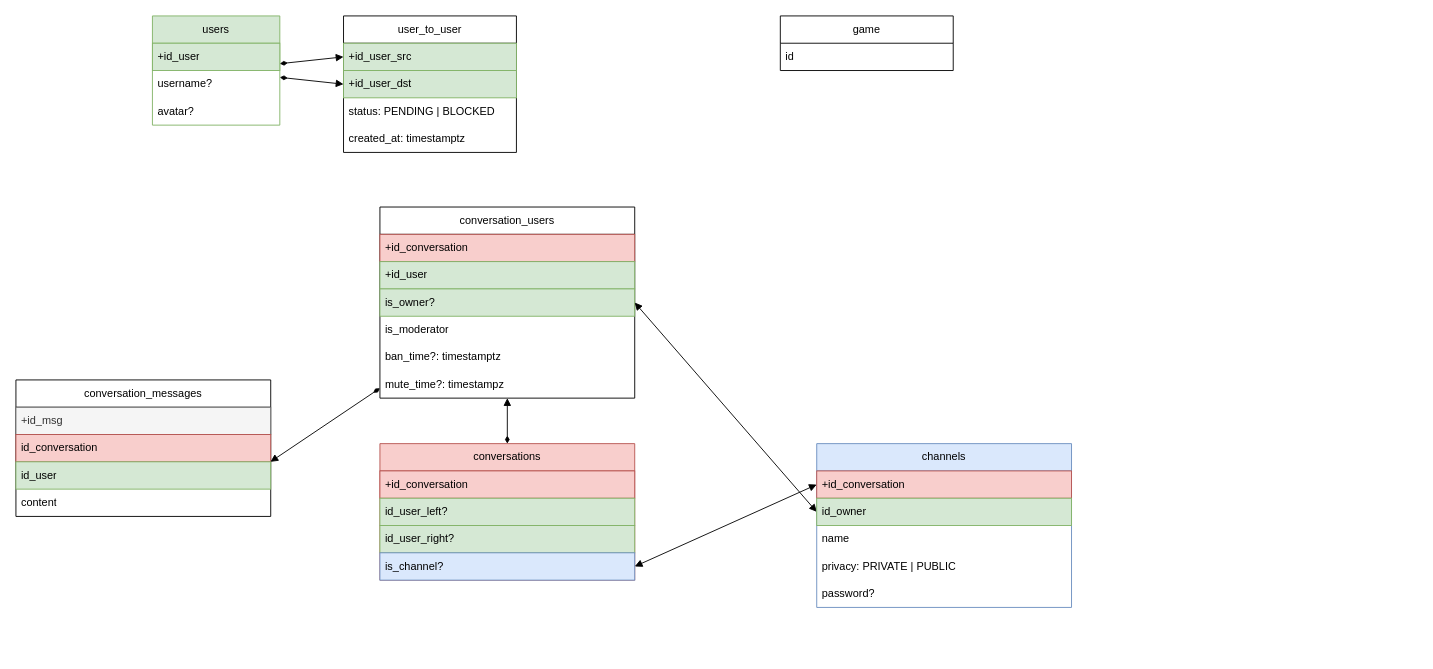
papawou/42_transcendance keeps this draw.io diagram as bin/sql_diagrams/sql.drawio. Above is the earlier version. Source tidied: cells renumbered, new cells numbered last; positions are measured from the earlier drawing's top-left corner, leaving out a move shared by most shapes. Both pictures are drawn from the tidied source at 91%, with x=0, y=0 at pixel (15, 15).
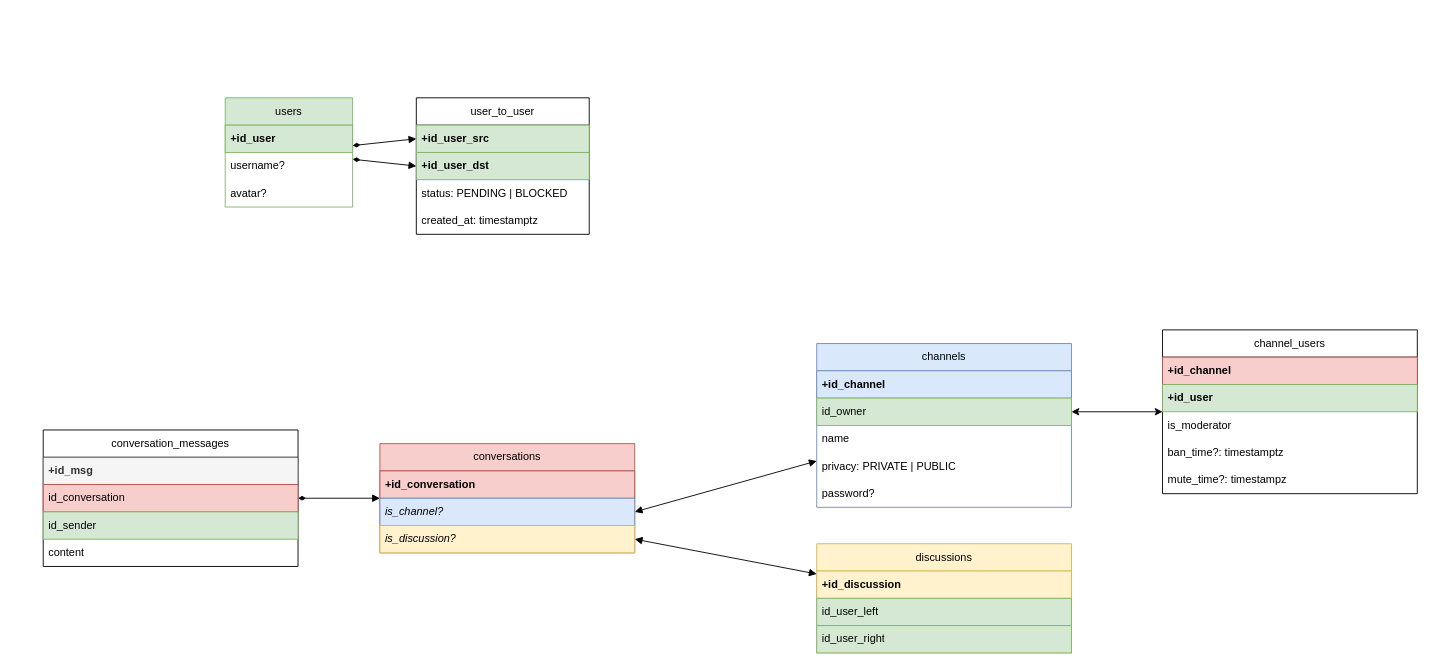
After the change.

The change refers to these unchanged cells:
```xml
<mxCell id="28" value="id_conversation" style="text;align=left;verticalAlign=middle;spacingLeft=4;spacingRight=4;overflow=hidden;points=[[0,0.5],[1,0.5]];portConstraint=eastwest;whiteSpace=wrap;html=1;fillColor=#f8cecc;strokeColor=#b85450;" parent="26" vertex="1">
  <mxGeometry y="60" width="280" height="30" as="geometry" />
</mxCell>
<mxCell id="33" value="id_owner" style="text;strokeColor=#82b366;fillColor=#d5e8d4;align=left;verticalAlign=middle;spacingLeft=4;spacingRight=4;overflow=hidden;points=[[0,0.5],[1,0.5]];portConstraint=eastwest;whiteSpace=wrap;html=1;" parent="31" vertex="1">
  <mxGeometry y="60" width="280" height="30" as="geometry" />
</mxCell>
```

What changed in the source:
```diff
@@
     <mxCell id="2" value="users" style="swimlane;fontStyle=0;horizontal=1;startSize=30;whiteSpace=wrap;html=1;fillColor=#d5e8d4;strokeColor=#82b366;" parent="1" vertex="1">
-      <mxGeometry x="150" width="140" height="120" as="geometry" />
+      <mxGeometry x="230" y="90" width="140" height="120" as="geometry" />
     </mxCell>
-    <mxCell id="3" value="+id_user" style="text;strokeColor=#82b366;fillColor=#d5e8d4;align=left;verticalAlign=middle;spacingLeft=4;spacingRight=4;overflow=hidden;whiteSpace=wrap;html=1;" parent="2" vertex="1">
+    <mxCell id="3" value="+id_user" style="text;strokeColor=#82b366;fillColor=#d5e8d4;align=left;verticalAlign=middle;spacingLeft=4;spacingRight=4;overflow=hidden;whiteSpace=wrap;html=1;fontStyle=1;" parent="2" vertex="1">
       <mxGeometry y="30" width="140" height="30" as="geometry" />
     </mxCell>
@@
     <mxCell id="6" value="user_to_user" style="swimlane;fontStyle=0;horizontal=1;startSize=30;whiteSpace=wrap;html=1;" parent="1" vertex="1">
-      <mxGeometry x="360" width="190" height="150" as="geometry" />
+      <mxGeometry x="440" y="90" width="190" height="150" as="geometry" />
     </mxCell>
-    <mxCell id="7" value="+id_user_src" style="text;strokeColor=#82b366;fillColor=#d5e8d4;align=left;verticalAlign=middle;spacingLeft=4;spacingRight=4;overflow=hidden;points=[[0,0.5],[1,0.5]];portConstraint=eastwest;whiteSpace=wrap;html=1;" parent="6" vertex="1">
+    <mxCell id="7" value="+id_user_src" style="text;strokeColor=#82b366;fillColor=#d5e8d4;align=left;verticalAlign=middle;spacingLeft=4;spacingRight=4;overflow=hidden;points=[[0,0.5],[1,0.5]];portConstraint=eastwest;whiteSpace=wrap;html=1;fontStyle=1;" parent="6" vertex="1">
       <mxGeometry y="30" width="190" height="30" as="geometry" />
     </mxCell>
-    <mxCell id="8" value="+id_user_dst" style="text;strokeColor=#82b366;fillColor=#d5e8d4;align=left;verticalAlign=middle;spacingLeft=4;spacingRight=4;overflow=hidden;points=[[0,0.5],[1,0.5]];portConstraint=eastwest;whiteSpace=wrap;html=1;" parent="6" vertex="1">
+    <mxCell id="8" value="+id_user_dst" style="text;strokeColor=#82b366;fillColor=#d5e8d4;align=left;verticalAlign=middle;spacingLeft=4;spacingRight=4;overflow=hidden;points=[[0,0.5],[1,0.5]];portConstraint=eastwest;whiteSpace=wrap;html=1;fontStyle=1;" parent="6" vertex="1">
       <mxGeometry y="60" width="190" height="30" as="geometry" />
     </mxCell>
@@
     <mxCell id="13" value="conversations" style="swimlane;fontStyle=0;horizontal=1;startSize=30;whiteSpace=wrap;html=1;fillColor=#f8cecc;strokeColor=#b85450;" parent="1" vertex="1">
-      <mxGeometry x="400" y="470" width="280" height="150" as="geometry" />
+      <mxGeometry x="400" y="470" width="280" height="120" as="geometry" />
     </mxCell>
-    <mxCell id="14" value="+id_conversation" style="text;strokeColor=#b85450;fillColor=#f8cecc;align=left;verticalAlign=middle;spacingLeft=4;spacingRight=4;overflow=hidden;whiteSpace=wrap;html=1;" parent="13" vertex="1">
+    <mxCell id="14" value="+id_conversation" style="text;strokeColor=#b85450;fillColor=#f8cecc;align=left;verticalAlign=middle;spacingLeft=4;spacingRight=4;overflow=hidden;whiteSpace=wrap;html=1;fontStyle=1;" parent="13" vertex="1">
       <mxGeometry y="30" width="280" height="30" as="geometry" />
     </mxCell>
-    <mxCell id="15" value="id_user_left?" style="text;strokeColor=#82b366;fillColor=#d5e8d4;align=left;verticalAlign=middle;spacingLeft=4;spacingRight=4;overflow=hidden;whiteSpace=wrap;html=1;" parent="13" vertex="1">
-      <mxGeometry y="60" width="280" height="30" as="geometry" />
-    </mxCell>
-    <mxCell id="16" value="id_user_right?" style="text;strokeColor=#82b366;fillColor=#d5e8d4;align=left;verticalAlign=middle;spacingLeft=4;spacingRight=4;overflow=hidden;whiteSpace=wrap;html=1;" parent="13" vertex="1">
-      <mxGeometry y="90" width="280" height="30" as="geometry" />
-    </mxCell>
-    <mxCell id="17" value="is_channel?" style="text;align=left;verticalAlign=middle;spacingLeft=4;spacingRight=4;overflow=hidden;points=[[0,0.5],[1,0.5]];portConstraint=eastwest;whiteSpace=wrap;html=1;fillColor=#dae8fc;strokeColor=#6c8ebf;" parent="13" vertex="1">
-      <mxGeometry y="120" width="280" height="30" as="geometry" />
+    <mxCell id="17" value="is_channel?" style="text;align=left;verticalAlign=middle;spacingLeft=4;spacingRight=4;overflow=hidden;points=[[0,0.5],[1,0.5]];portConstraint=eastwest;whiteSpace=wrap;html=1;fillColor=#dae8fc;strokeColor=#6c8ebf;fontStyle=2;" parent="13" vertex="1">
+      <mxGeometry y="60" width="280" height="30" as="geometry" />
     </mxCell>
+    <mxCell id="42" value="is_discussion?" style="text;align=left;verticalAlign=middle;spacingLeft=4;spacingRight=4;overflow=hidden;points=[[0,0.5],[1,0.5]];portConstraint=eastwest;whiteSpace=wrap;html=1;fillColor=#fff2cc;strokeColor=#d6b656;fontStyle=2;" parent="13" vertex="1">
+      <mxGeometry y="90" width="280" height="30" as="geometry" />
+    </mxCell>
-    <mxCell id="18" value="conversation_users" style="swimlane;fontStyle=0;horizontal=1;startSize=30;whiteSpace=wrap;html=1;gradientColor=none;gradientDirection=radial;swimlaneFillColor=none;" parent="1" vertex="1">
-      <mxGeometry x="400" y="210" width="280" height="210" as="geometry" />
+    <mxCell id="18" value="&lt;div&gt;channel_users&lt;/div&gt;" style="swimlane;fontStyle=0;horizontal=1;startSize=30;whiteSpace=wrap;html=1;gradientColor=none;gradientDirection=radial;swimlaneFillColor=none;" parent="1" vertex="1">
+      <mxGeometry x="1260" y="345" width="280" height="180" as="geometry" />
     </mxCell>
-    <mxCell id="19" value="+id_conversation" style="text;strokeColor=#b85450;fillColor=#f8cecc;align=left;verticalAlign=middle;spacingLeft=4;spacingRight=4;overflow=hidden;whiteSpace=wrap;html=1;" parent="18" vertex="1">
+    <mxCell id="19" value="+id_channel" style="text;strokeColor=#b85450;fillColor=#f8cecc;align=left;verticalAlign=middle;spacingLeft=4;spacingRight=4;overflow=hidden;whiteSpace=wrap;html=1;fontStyle=1;" parent="18" vertex="1">
       <mxGeometry y="30" width="280" height="30" as="geometry" />
     </mxCell>
-    <mxCell id="20" value="+id_user" style="text;strokeColor=#82b366;fillColor=#d5e8d4;align=left;verticalAlign=middle;spacingLeft=4;spacingRight=4;overflow=hidden;whiteSpace=wrap;html=1;" parent="18" vertex="1">
+    <mxCell id="20" value="+id_user" style="text;strokeColor=#82b366;fillColor=#d5e8d4;align=left;verticalAlign=middle;spacingLeft=4;spacingRight=4;overflow=hidden;whiteSpace=wrap;html=1;fontStyle=1;" parent="18" vertex="1">
       <mxGeometry y="60" width="280" height="30" as="geometry" />
     </mxCell>
-    <mxCell id="21" value="is_owner?" style="text;align=left;verticalAlign=middle;spacingLeft=4;spacingRight=4;overflow=hidden;points=[[0,0.5],[1,0.5]];portConstraint=eastwest;whiteSpace=wrap;html=1;fillColor=#d5e8d4;strokeColor=#82b366;" parent="18" vertex="1">
-      <mxGeometry y="90" width="280" height="30" as="geometry" />
-    </mxCell>
     <mxCell id="22" value="is_moderator" style="text;align=left;verticalAlign=middle;spacingLeft=4;spacingRight=4;overflow=hidden;whiteSpace=wrap;html=1;" parent="18" vertex="1">
-      <mxGeometry y="120" width="280" height="30" as="geometry" />
+      <mxGeometry y="90" width="280" height="30" as="geometry" />
     </mxCell>
     <mxCell id="23" value="ban_time?: timestamptz" style="text;strokeColor=none;fillColor=none;align=left;verticalAlign=middle;spacingLeft=4;spacingRight=4;overflow=hidden;whiteSpace=wrap;html=1;" parent="18" vertex="1">
-      <mxGeometry y="150" width="280" height="30" as="geometry" />
+      <mxGeometry y="120" width="280" height="30" as="geometry" />
     </mxCell>
     <mxCell id="24" value="mute_time?: timestampz" style="text;strokeColor=none;fillColor=none;align=left;verticalAlign=middle;spacingLeft=4;spacingRight=4;overflow=hidden;whiteSpace=wrap;html=1;" parent="18" vertex="1">
-      <mxGeometry y="180" width="280" height="30" as="geometry" />
+      <mxGeometry y="150" width="280" height="30" as="geometry" />
     </mxCell>
-    <mxCell id="25" style="endArrow=block;html=1;rounded=0;endFill=1;startArrow=block;startFill=1;entryX=1;entryY=0.5;entryDx=0;entryDy=0;exitX=0;exitY=0.5;exitDx=0;exitDy=0;" parent="1" edge="1" source="33" target="21">
-      <mxGeometry relative="1" as="geometry" />
-    </mxCell>
     <mxCell id="26" value="conversation_messages" style="swimlane;fontStyle=0;horizontal=1;startSize=30;whiteSpace=wrap;html=1;" parent="1" vertex="1">
-      <mxGeometry y="400" width="280" height="150" as="geometry" />
+      <mxGeometry x="30" y="455" width="280" height="150" as="geometry" />
     </mxCell>
-    <mxCell id="27" value="+id_msg" style="text;align=left;verticalAlign=middle;spacingLeft=4;spacingRight=4;overflow=hidden;whiteSpace=wrap;html=1;fillColor=#f5f5f5;fontColor=#333333;strokeColor=#666666;" parent="26" vertex="1">
+    <mxCell id="27" value="+id_msg" style="text;align=left;verticalAlign=middle;spacingLeft=4;spacingRight=4;overflow=hidden;whiteSpace=wrap;html=1;fillColor=#f5f5f5;fontColor=#333333;strokeColor=#666666;fontStyle=1;" parent="26" vertex="1">
       <mxGeometry y="30" width="280" height="30" as="geometry" />
     </mxCell>
@@
-    <mxCell id="29" value="id_user" style="text;align=left;verticalAlign=middle;spacingLeft=4;spacingRight=4;overflow=hidden;whiteSpace=wrap;html=1;fillColor=#d5e8d4;strokeColor=#82b366;" parent="26" vertex="1">
+    <mxCell id="29" value="id_sender" style="text;align=left;verticalAlign=middle;spacingLeft=4;spacingRight=4;overflow=hidden;whiteSpace=wrap;html=1;fillColor=#d5e8d4;strokeColor=#82b366;" parent="26" vertex="1">
       <mxGeometry y="90" width="280" height="30" as="geometry" />
     </mxCell>
@@
     <mxCell id="31" value="channels" style="swimlane;fontStyle=0;horizontal=1;startSize=30;whiteSpace=wrap;html=1;fillColor=#dae8fc;strokeColor=#6c8ebf;" parent="1" vertex="1">
-      <mxGeometry x="880" y="470" width="280" height="180" as="geometry" />
+      <mxGeometry x="880" y="360" width="280" height="180" as="geometry" />
     </mxCell>
-    <mxCell id="32" value="+id_conversation" style="text;strokeColor=#b85450;fillColor=#f8cecc;align=left;verticalAlign=middle;spacingLeft=4;spacingRight=4;overflow=hidden;points=[[0,0.5],[1,0.5]];portConstraint=eastwest;whiteSpace=wrap;html=1;" parent="31" vertex="1">
+    <mxCell id="32" value="+id_channel" style="text;strokeColor=#6c8ebf;fillColor=#dae8fc;align=left;verticalAlign=middle;spacingLeft=4;spacingRight=4;overflow=hidden;points=[[0,0.5],[1,0.5]];portConstraint=eastwest;whiteSpace=wrap;html=1;fontStyle=1;" parent="31" vertex="1">
       <mxGeometry y="30" width="280" height="30" as="geometry" />
     </mxCell>
@@
-    <mxCell id="37" style="endArrow=block;html=1;rounded=0;endFill=1;startArrow=block;startFill=1;entryX=1;entryY=0.5;entryDx=0;entryDy=0;exitX=0;exitY=0.5;exitDx=0;exitDy=0;fontStyle=1;" parent="1" edge="1" source="32" target="17">
+    <mxCell id="37" style="endArrow=block;html=1;rounded=0;endFill=1;startArrow=block;startFill=1;entryX=1;entryY=0.5;entryDx=0;entryDy=0;fontStyle=1;" parent="1" edge="1" source="31" target="17">
       <mxGeometry relative="1" as="geometry" />
     </mxCell>
-    <mxCell id="38" style="endArrow=block;html=1;rounded=0;endFill=1;startArrow=diamondThin;startFill=1;entryX=0.999;entryY=1;entryDx=0;entryDy=0;entryPerimeter=0;" parent="1" edge="1" source="18" target="28">
-      <mxGeometry relative="1" as="geometry" />
-    </mxCell>
-    <mxCell id="39" style="endArrow=diamondThin;html=1;rounded=0;endFill=1;startArrow=block;startFill=1;fontStyle=1;" parent="1" edge="1" source="18" target="13">
-      <mxGeometry relative="1" as="geometry" />
-    </mxCell>
-    <mxCell id="40" value="game" style="swimlane;fontStyle=0;horizontal=1;startSize=30;whiteSpace=wrap;html=1;" parent="1" vertex="1">
-      <mxGeometry x="840" width="190" height="60" as="geometry" />
-    </mxCell>
-    <mxCell id="41" value="id" style="text;align=left;verticalAlign=middle;spacingLeft=4;spacingRight=4;overflow=hidden;whiteSpace=wrap;html=1;" parent="40" vertex="1">
-      <mxGeometry y="30" width="190" height="30" as="geometry" />
-    </mxCell>
+    <mxCell id="43" value="discussions" style="swimlane;fontStyle=0;horizontal=1;startSize=30;whiteSpace=wrap;html=1;fillColor=#fff2cc;strokeColor=#d6b656;" parent="1" vertex="1">
+      <mxGeometry x="880" y="580" width="280" height="120" as="geometry" />
+    </mxCell>
+    <mxCell id="44" value="&lt;div&gt;+id_discussion&lt;/div&gt;" style="text;strokeColor=#d6b656;fillColor=#fff2cc;align=left;verticalAlign=middle;spacingLeft=4;spacingRight=4;overflow=hidden;whiteSpace=wrap;html=1;fontStyle=1;" parent="43" vertex="1">
+      <mxGeometry y="30" width="280" height="30" as="geometry" />
+    </mxCell>
+    <mxCell id="45" value="id_user_left" style="text;strokeColor=#82b366;fillColor=#d5e8d4;align=left;verticalAlign=middle;spacingLeft=4;spacingRight=4;overflow=hidden;whiteSpace=wrap;html=1;fontStyle=0;" parent="43" vertex="1">
+      <mxGeometry y="60" width="280" height="30" as="geometry" />
+    </mxCell>
+    <mxCell id="46" value="id_user_right" style="text;strokeColor=#82b366;fillColor=#d5e8d4;align=left;verticalAlign=middle;spacingLeft=4;spacingRight=4;overflow=hidden;whiteSpace=wrap;html=1;fontStyle=0;" parent="43" vertex="1">
+      <mxGeometry y="90" width="280" height="30" as="geometry" />
+    </mxCell>
+    <mxCell id="47" style="endArrow=block;html=1;rounded=0;endFill=1;startArrow=block;startFill=1;entryX=1;entryY=0.5;entryDx=0;entryDy=0;fontStyle=1;" parent="1" edge="1" source="43" target="42">
+      <mxGeometry relative="1" as="geometry" />
+    </mxCell>
+    <mxCell id="48" style="endArrow=block;html=1;rounded=0;endFill=1;startArrow=diamondThin;startFill=1;" parent="1" edge="1" source="26" target="13">
+      <mxGeometry relative="1" as="geometry" />
+    </mxCell>
+    <mxCell id="49" style="endArrow=classic;startArrow=classic;html=1;rounded=0;exitX=1;exitY=0.5;exitDx=0;exitDy=0;" parent="1" edge="1" source="33" target="18">
+      <mxGeometry relative="1" as="geometry" />
+    </mxCell>
```
